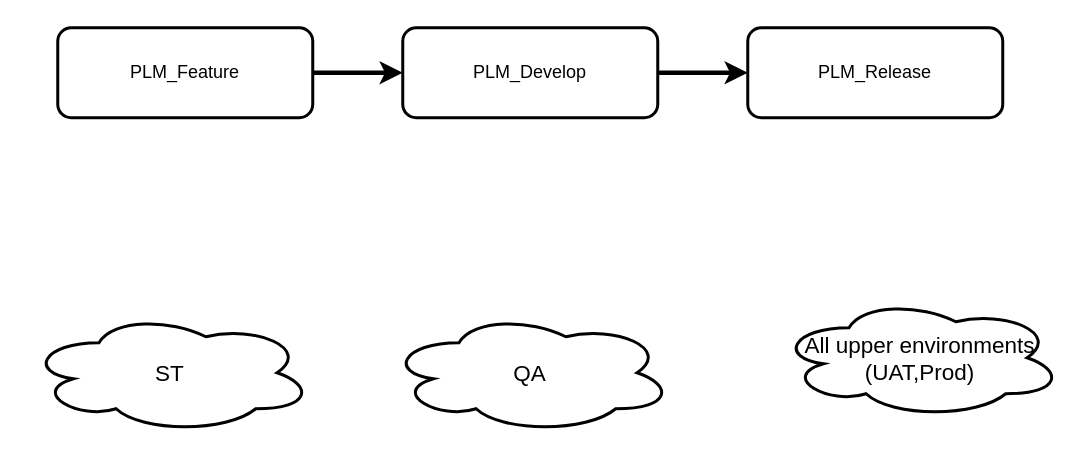
RatnaKumarMukiri/WILEY-PLM keeps this draw.io diagram as CICD.drawio. Above is the earlier version. Source tidied: cells renumbered, new cells numbered last; positions are measured from the earlier drawing's top-left corner, leaving out a move shared by most shapes. Both pictures are drawn from the tidied source at 150%, with x=0, y=0 at pixel (27, 27).
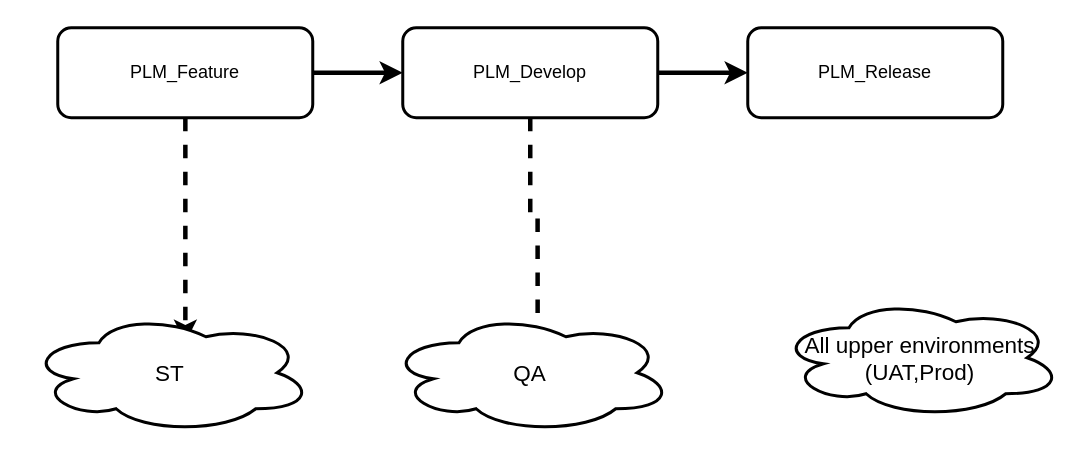
After the change.

The edit, as a diff of the source:
```diff
@@
 <mxGraphModel>
   <root>
     <mxCell id="0" />
     <mxCell id="1" parent="0" />
     <mxCell id="2" style="edgeStyle=orthogonalEdgeStyle;rounded=0;jettySize=auto;html=1;strokeWidth=3;" parent="1" edge="1" source="3" target="5">
       <mxGeometry relative="1" as="geometry" />
     </mxCell>
+    <mxCell id="10" style="edgeStyle=orthogonalEdgeStyle;rounded=0;jettySize=auto;html=1;entryX=0.553;entryY=0.25;entryDx=0;entryDy=0;entryPerimeter=0;strokeWidth=3;dashed=1;" parent="1" edge="1" source="3" target="7">
+      <mxGeometry relative="1" as="geometry">
+        <Array as="points">
+          <mxPoint x="105" y="210" />
+          <mxPoint x="105" y="210" />
+        </Array>
+      </mxGeometry>
+    </mxCell>
     <mxCell id="3" value="PLM_Feature" style="rounded=1;whiteSpace=wrap;html=1;strokeWidth=2;" parent="1" vertex="1">
       <mxGeometry x="20" width="170" height="60" as="geometry" />
     </mxCell>
     <mxCell id="4" style="edgeStyle=orthogonalEdgeStyle;rounded=0;jettySize=auto;html=1;strokeWidth=3;" parent="1" edge="1" source="5" target="6">
       <mxGeometry relative="1" as="geometry" />
     </mxCell>
+    <mxCell id="11" style="edgeStyle=orthogonalEdgeStyle;rounded=0;jettySize=auto;html=1;entryX=0.526;entryY=0.375;entryDx=0;entryDy=0;entryPerimeter=0;dashed=1;strokeWidth=3;" parent="1" edge="1" source="5" target="8">
+      <mxGeometry relative="1" as="geometry" />
+    </mxCell>
     <mxCell id="5" value="PLM_Develop" style="rounded=1;whiteSpace=wrap;html=1;strokeWidth=2;" parent="1" vertex="1">
       <mxGeometry x="250" width="170" height="60" as="geometry" />
     </mxCell>
     <mxCell id="6" value="PLM_Release" style="rounded=1;whiteSpace=wrap;html=1;strokeWidth=2;" parent="1" vertex="1">
       <mxGeometry x="480" width="170" height="60" as="geometry" />
     </mxCell>
     <mxCell id="7" value="&lt;font style=&quot;font-size: 15px&quot;&gt;ST&lt;/font&gt;" style="ellipse;shape=cloud;whiteSpace=wrap;html=1;strokeWidth=2;" parent="1" vertex="1">
       <mxGeometry y="190" width="190" height="80" as="geometry" />
     </mxCell>
     <mxCell id="8" value="&lt;font style=&quot;font-size: 15px&quot;&gt;QA&lt;/font&gt;" style="ellipse;shape=cloud;whiteSpace=wrap;html=1;strokeWidth=2;" parent="1" vertex="1">
       <mxGeometry x="240" y="190" width="190" height="80" as="geometry" />
     </mxCell>
     <mxCell id="9" value="&lt;font style=&quot;font-size: 15px&quot;&gt;All upper environments (UAT,Prod)&lt;/font&gt;" style="ellipse;shape=cloud;whiteSpace=wrap;html=1;strokeWidth=2;" parent="1" vertex="1">
       <mxGeometry x="500" y="180" width="190" height="80" as="geometry" />
     </mxCell>
   </root>
 </mxGraphModel>
```
